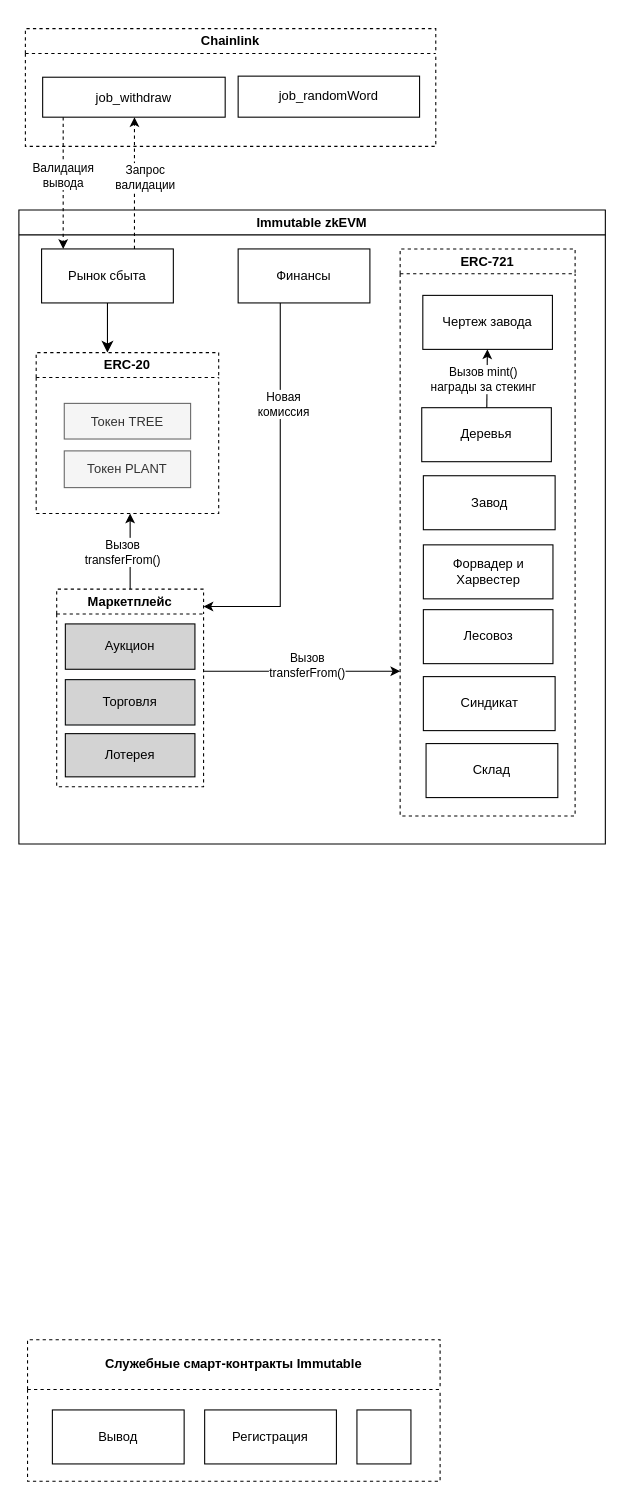
Before: page "Архитектура SC" (1 of 13) of Основная.drawio.xml in careock/diagrams, a draw.io diagram. Source tidied: cells renumbered, new cells numbered last; positions are measured from the earlier drawing's top-left corner, leaving out a move shared by most shapes. Both pictures are drawn from the tidied source at 108%, with x=0, y=0 at pixel (-122, 28).
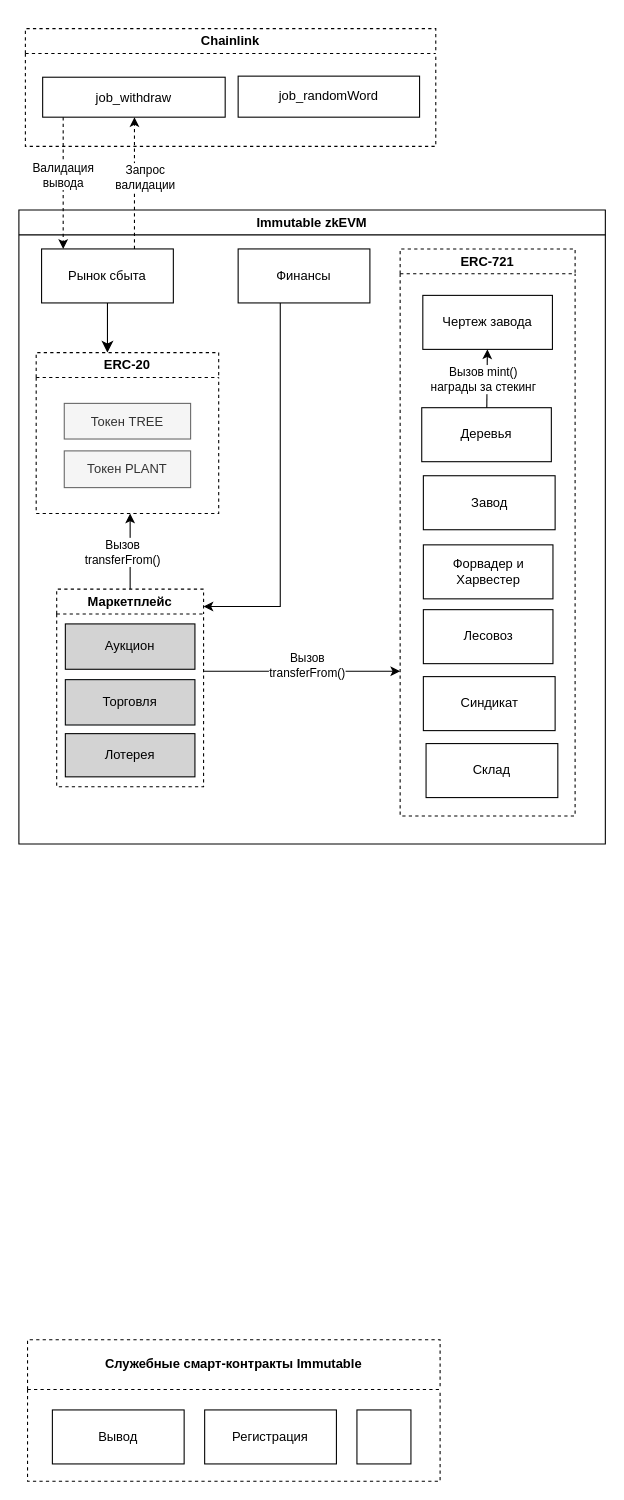
The same page after the edit.

Unchanged cells that the change refers to:
```xml
<mxCell id="27" style="edgeStyle=elbowEdgeStyle;rounded=0;jettySize=auto;html=1;startArrow=none;startFill=0;endArrow=classic;endFill=1;" parent="2" edge="1" source="7" target="23">
  <mxGeometry relative="1" as="geometry">
    <Array as="points">
      <mxPoint x="242" y="367" />
      <mxPoint x="295" y="102" />
      <mxPoint x="208" y="338" />
      <mxPoint x="154" y="417" />
      <mxPoint x="198" y="426" />
      <mxPoint x="169" y="460" />
      <mxPoint x="387" y="479" />
    </Array>
  </mxGeometry>
</mxCell>
```

Change to the diagram source:
```diff
@@
-    <mxCell id="28" value="Новая &lt;br&gt;комиссия" style="edgeLabel;html=1;align=center;verticalAlign=middle;fontSize=11;" parent="27" vertex="1">
-      <mxGeometry x="-0.52" y="1" relative="1" as="geometry">
-        <mxPoint x="1" y="9" as="offset" />
-      </mxGeometry>
-    </mxCell>
```
